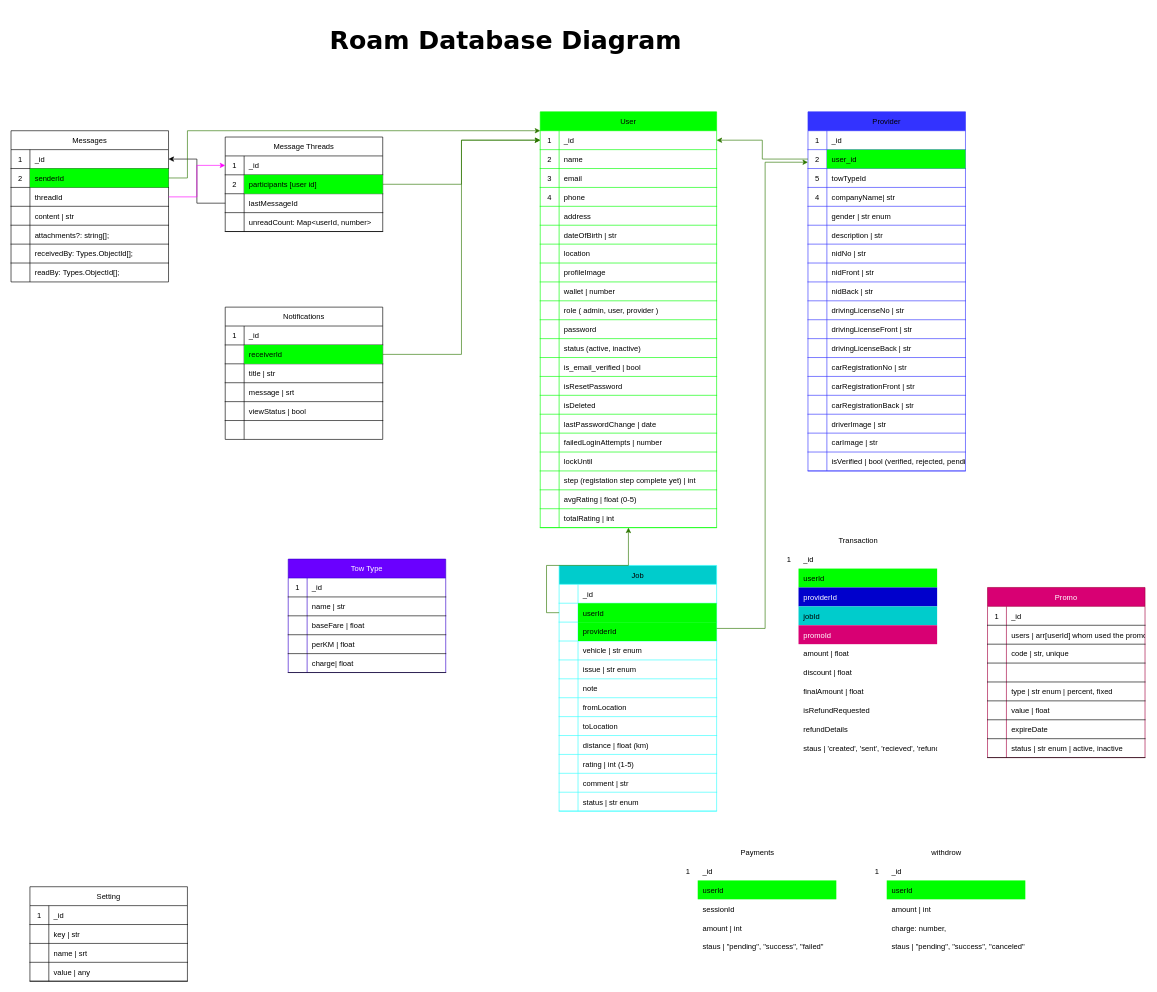
Above: page "Diagram" (1 of 2) of Diagram.drawio in mdalmamunDev/roam-backend (draw.io), before the change. Source tidied: cells renumbered, new cells numbered last; positions are measured from the earlier drawing's top-left corner, leaving out a move shared by most shapes. Both pictures are drawn from the tidied source at 63%, with x=0, y=0 at pixel (11, 11).
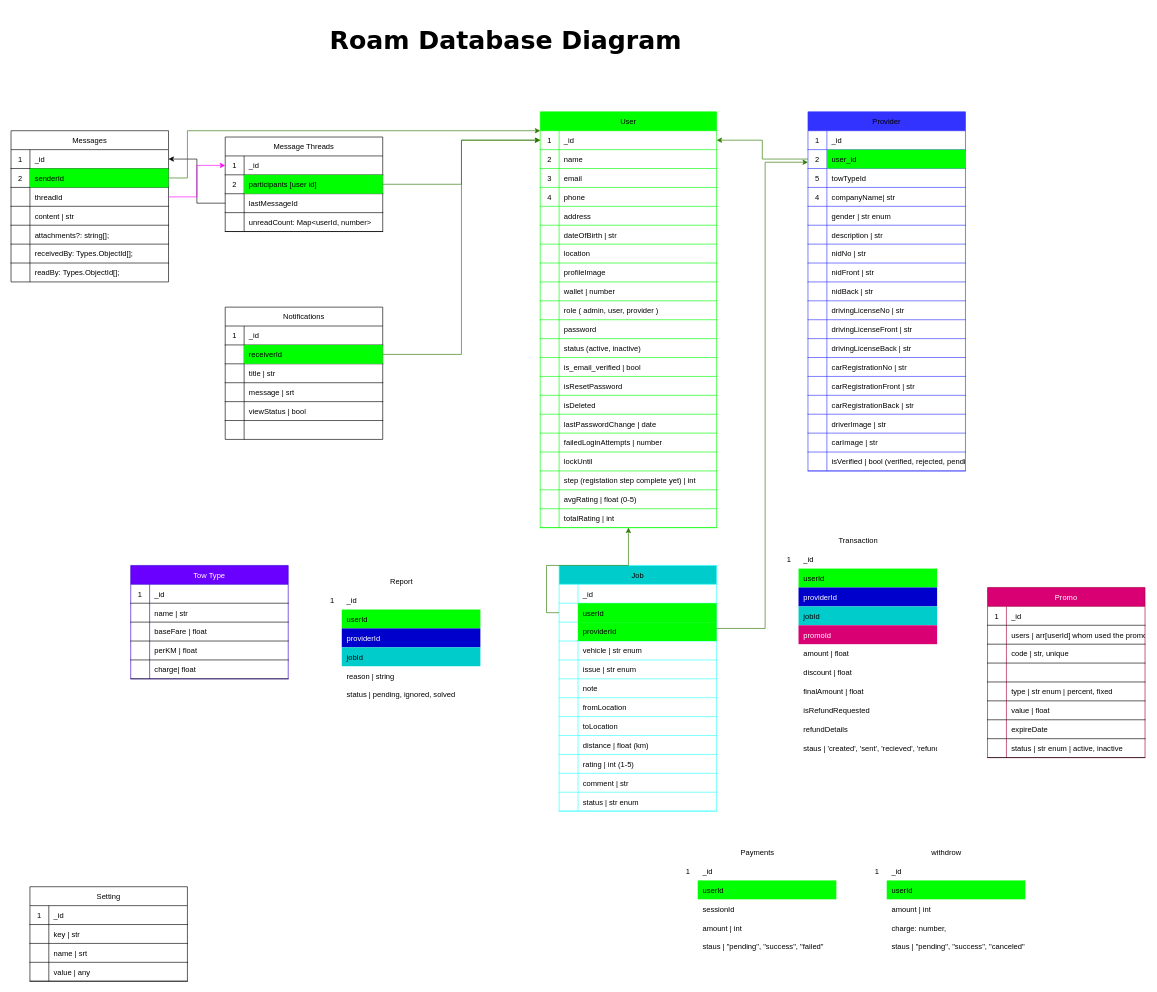
The same page after the edit.

Diff of the diagram source:
```diff
@@
     <mxCell id="308" value="Tow Type" style="shape=table;startSize=30;childLayout=tableLayout;rowLines=0;fontStyle=0;align=center;fillColor=#6a00ff;fontColor=#ffffff;strokeColor=#3700CC;" parent="1" vertex="1">
-      <mxGeometry x="440" y="870" width="250" height="180" as="geometry" />
+      <mxGeometry x="190" y="880" width="250" height="180" as="geometry" />
     </mxCell>
@@
+    <mxCell id="349" value="Report" style="shape=table;startSize=30;childLayout=tableLayout;rowLines=0;fontStyle=0;align=center;shadow=0;strokeColor=#FFFFFF;" parent="1" vertex="1">
+      <mxGeometry x="495" y="890" width="250" height="210" as="geometry" />
+    </mxCell>
+    <mxCell id="350" style="shape=partialRectangle;fillColor=none;top=0;left=0;right=0;bottom=1;shadow=0;strokeColor=#FFFFFF;fontStyle=0;" parent="349" vertex="1">
+      <mxGeometry y="30" width="250" height="30" as="geometry" />
+    </mxCell>
+    <mxCell id="351" value="1" style="shape=partialRectangle;overflow=hidden;fillColor=none;top=0;left=0;bottom=0;right=0;fontStyle=0;shadow=0;strokeColor=#FFFFFF;" parent="350" vertex="1">
+      <mxGeometry width="30" height="30" as="geometry" />
+    </mxCell>
+    <mxCell id="352" value="_id" style="shape=partialRectangle;overflow=hidden;fillColor=none;top=0;left=0;bottom=0;right=0;align=left;spacingLeft=6;fontStyle=0;shadow=0;strokeColor=#FFFFFF;" parent="350" vertex="1">
+      <mxGeometry x="30" width="220" height="30" as="geometry" />
+    </mxCell>
+    <mxCell id="353" style="shape=partialRectangle;fillColor=none;top=0;left=0;right=0;bottom=1;shadow=0;strokeColor=#FFFFFF;fontStyle=0;" parent="349" vertex="1">
+      <mxGeometry y="60" width="250" height="30" as="geometry" />
+    </mxCell>
+    <mxCell id="354" style="shape=partialRectangle;overflow=hidden;fillColor=none;top=0;left=0;bottom=0;right=0;fontStyle=0;shadow=0;strokeColor=#FFFFFF;" parent="353" vertex="1">
+      <mxGeometry width="30" height="30" as="geometry" />
+    </mxCell>
+    <mxCell id="355" value="userId" style="shape=partialRectangle;overflow=hidden;fillColor=#00FF00;top=0;left=0;bottom=0;right=0;align=left;spacingLeft=6;fontStyle=0;shadow=0;strokeColor=#FFFFFF;fontColor=#000000;" parent="353" vertex="1">
+      <mxGeometry x="30" width="220" height="30" as="geometry" />
+    </mxCell>
+    <mxCell id="356" style="shape=partialRectangle;fillColor=none;top=0;left=0;right=0;bottom=1;shadow=0;strokeColor=#FFFFFF;fontStyle=0;" parent="349" vertex="1">
+      <mxGeometry y="90" width="250" height="30" as="geometry" />
+    </mxCell>
+    <mxCell id="357" style="shape=partialRectangle;overflow=hidden;fillColor=none;top=0;left=0;bottom=0;right=0;fontStyle=0;shadow=0;strokeColor=#FFFFFF;" parent="356" vertex="1">
+      <mxGeometry width="30" height="30" as="geometry" />
+    </mxCell>
+    <mxCell id="358" value="providerId" style="shape=partialRectangle;overflow=hidden;fillColor=#0000CC;top=0;left=0;bottom=0;right=0;align=left;spacingLeft=6;fontStyle=0;shadow=0;strokeColor=#FFFFFF;fontColor=#FFFFFF;" parent="356" vertex="1">
+      <mxGeometry x="30" width="220" height="30" as="geometry" />
+    </mxCell>
+    <mxCell id="359" style="shape=partialRectangle;fillColor=none;top=0;left=0;right=0;bottom=1;shadow=0;strokeColor=#FFFFFF;fontStyle=0;" parent="349" vertex="1">
+      <mxGeometry y="120" width="250" height="30" as="geometry" />
+    </mxCell>
+    <mxCell id="360" style="shape=partialRectangle;overflow=hidden;fillColor=none;top=0;left=0;bottom=0;right=0;fontStyle=0;shadow=0;strokeColor=#FFFFFF;" parent="359" vertex="1">
+      <mxGeometry width="30" height="30" as="geometry" />
+    </mxCell>
+    <mxCell id="361" value="jobId" style="shape=partialRectangle;overflow=hidden;fillColor=#00CCCC;top=0;left=0;bottom=0;right=0;align=left;spacingLeft=6;fontStyle=0;shadow=0;strokeColor=#FFFFFF;fontColor=#000000;" parent="359" vertex="1">
+      <mxGeometry x="30" width="220" height="30" as="geometry" />
+    </mxCell>
+    <mxCell id="362" style="shape=partialRectangle;fillColor=none;top=0;left=0;right=0;bottom=1;shadow=0;strokeColor=#FFFFFF;fontStyle=0;" parent="349" vertex="1">
+      <mxGeometry y="150" width="250" height="30" as="geometry" />
+    </mxCell>
+    <mxCell id="363" style="shape=partialRectangle;overflow=hidden;fillColor=none;top=0;left=0;bottom=0;right=0;fontStyle=0;shadow=0;strokeColor=#FFFFFF;" parent="362" vertex="1">
+      <mxGeometry width="30" height="30" as="geometry" />
+    </mxCell>
+    <mxCell id="364" value="reason | string" style="shape=partialRectangle;overflow=hidden;fillColor=none;top=0;left=0;bottom=0;right=0;align=left;spacingLeft=6;fontStyle=0;shadow=0;strokeColor=#FFFFFF;" parent="362" vertex="1">
+      <mxGeometry x="30" width="220" height="30" as="geometry" />
+    </mxCell>
+    <mxCell id="365" style="shape=partialRectangle;fillColor=none;top=0;left=0;right=0;bottom=1;shadow=0;strokeColor=#FFFFFF;fontStyle=0;" parent="349" vertex="1">
+      <mxGeometry y="180" width="250" height="30" as="geometry" />
+    </mxCell>
+    <mxCell id="366" style="shape=partialRectangle;overflow=hidden;fillColor=none;top=0;left=0;bottom=0;right=0;fontStyle=0;shadow=0;strokeColor=#FFFFFF;" parent="365" vertex="1">
+      <mxGeometry width="30" height="30" as="geometry" />
+    </mxCell>
+    <mxCell id="367" value="status | pending, ignored, solved" style="shape=partialRectangle;overflow=hidden;fillColor=none;top=0;left=0;bottom=0;right=0;align=left;spacingLeft=6;fontStyle=0;shadow=0;strokeColor=#FFFFFF;" parent="365" vertex="1">
+      <mxGeometry x="30" width="220" height="30" as="geometry" />
+    </mxCell>
```
